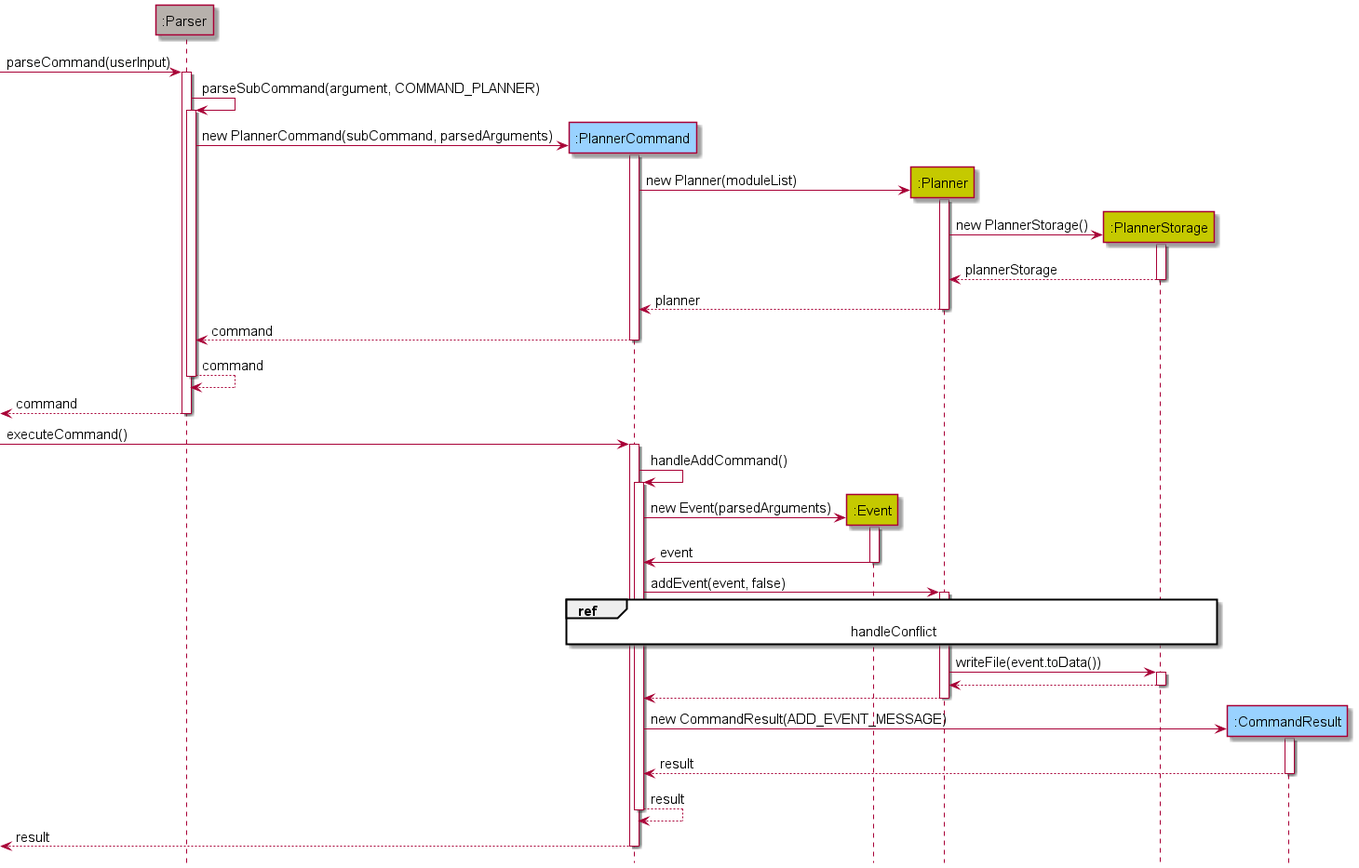
The PlantUML diagram docs/assets/images/PlannerAddSequenceDiagram1.png in shyamgj1900/tp, before a commit.
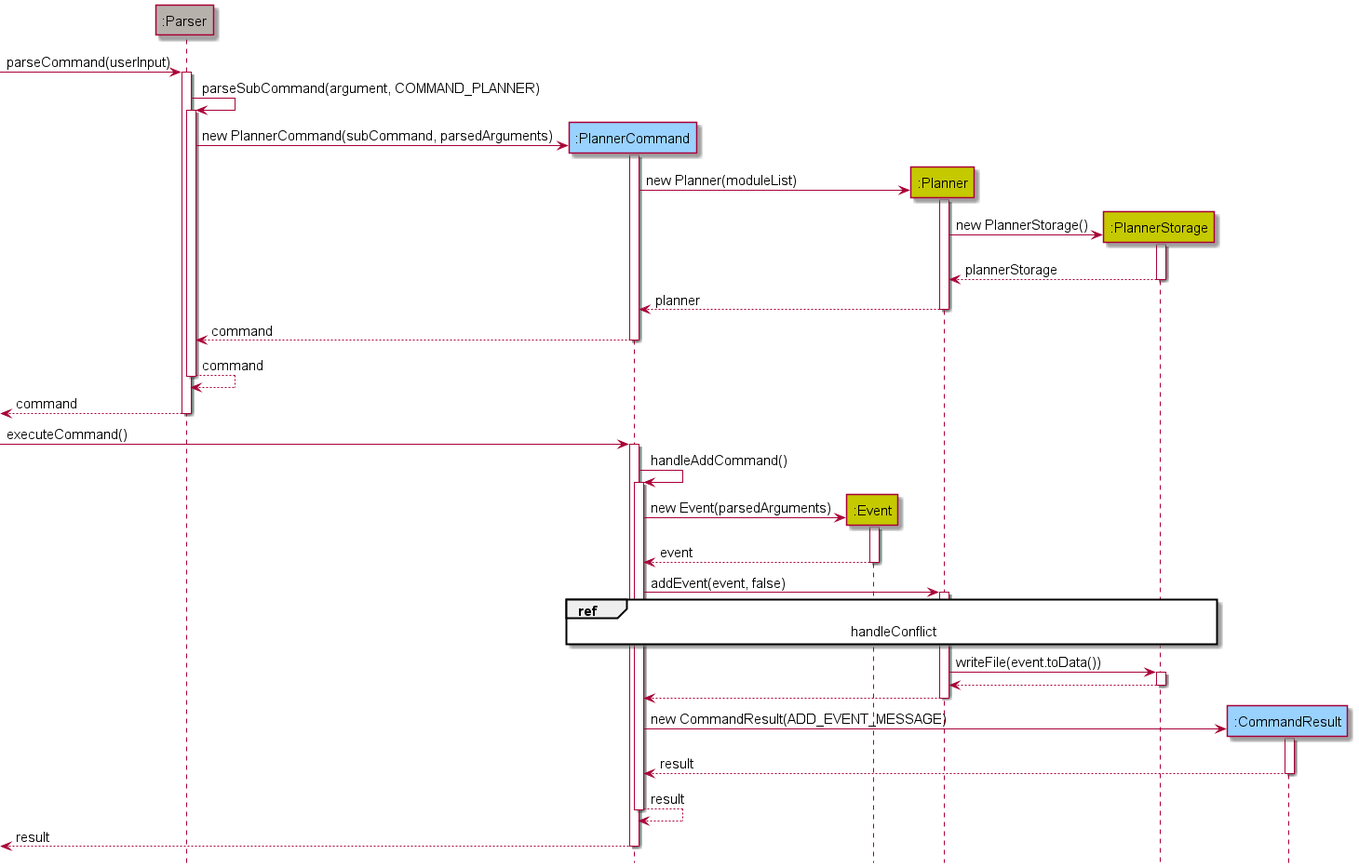
After the change.

Commit message:
Update sequence diagrams in DG

The edit, as a diff of the source:
```diff
@@ -54,7 +54,7 @@
 plc -> event : new Event(parsedArguments)
 activate event
 
-event -> plc : event
+event --> plc : event
 deactivate event
 
 plc -> planner : addEvent(event, false)
```
